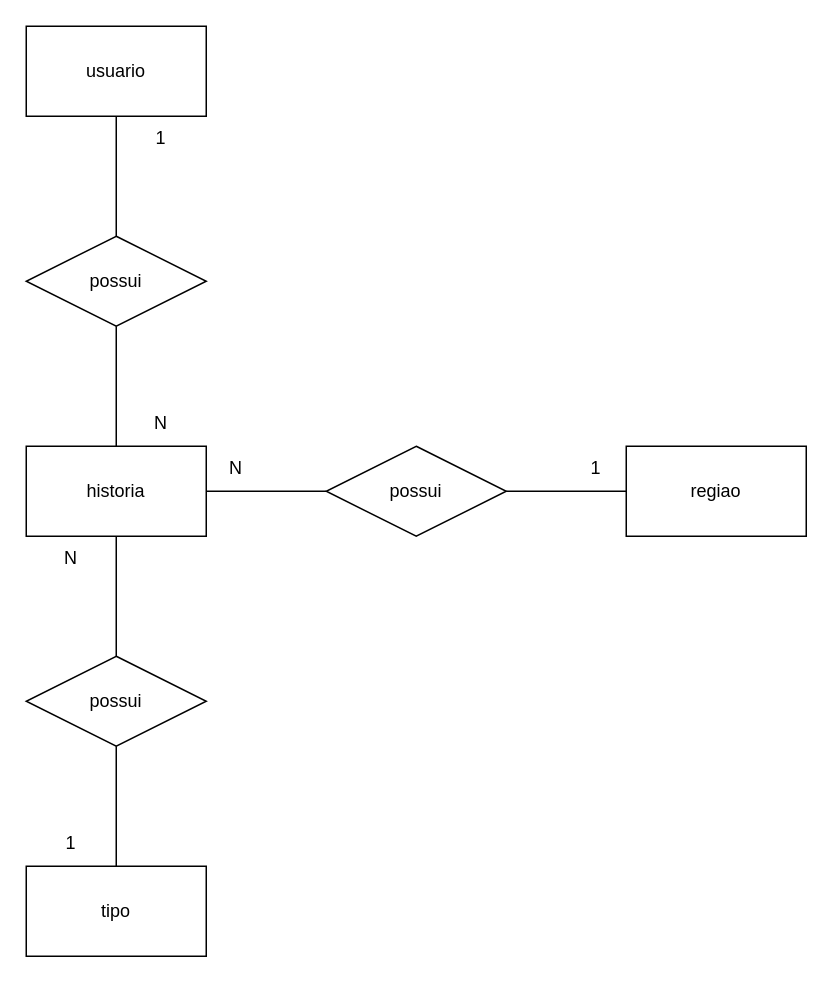
This is page "Modelo-Conceitual" (1 of 2) of Banco de Dados/Modelagens/Modelagens-WTDNWYTK.drawio from lucaf-silvestri/Projeto_WTDNWYTK, a draw.io file, before an edit. Source tidied: cells renumbered, new cells numbered last; positions are measured from the earlier drawing's top-left corner, leaving out a move shared by most shapes. Both pictures are drawn from the tidied source at 150%, with x=0, y=0 at pixel (26, 26).
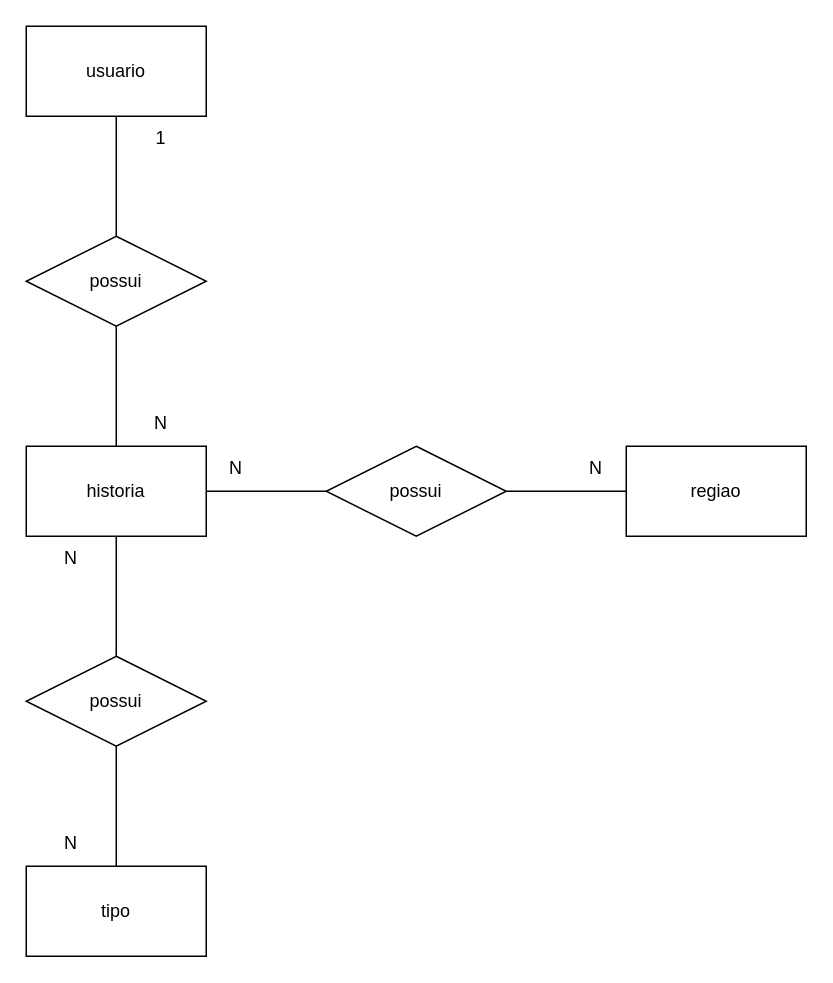
After the change.

The edit, as a diff of the source:
```diff
@@
-    <mxCell id="19" value="1" style="text;html=1;strokeColor=none;fillColor=none;align=center;verticalAlign=middle;whiteSpace=wrap;rounded=0;" parent="1" vertex="1">
+    <mxCell id="19" value="N" style="text;html=1;strokeColor=none;fillColor=none;align=center;verticalAlign=middle;whiteSpace=wrap;rounded=0;" parent="1" vertex="1">
       <mxGeometry x="350" y="280" width="60" height="30" as="geometry" />
     </mxCell>
@@
-    <mxCell id="21" value="1" style="text;html=1;strokeColor=none;fillColor=none;align=center;verticalAlign=middle;whiteSpace=wrap;rounded=0;" parent="1" vertex="1">
+    <mxCell id="21" value="N" style="text;html=1;strokeColor=none;fillColor=none;align=center;verticalAlign=middle;whiteSpace=wrap;rounded=0;" parent="1" vertex="1">
       <mxGeometry y="530" width="60" height="30" as="geometry" />
     </mxCell>
```
